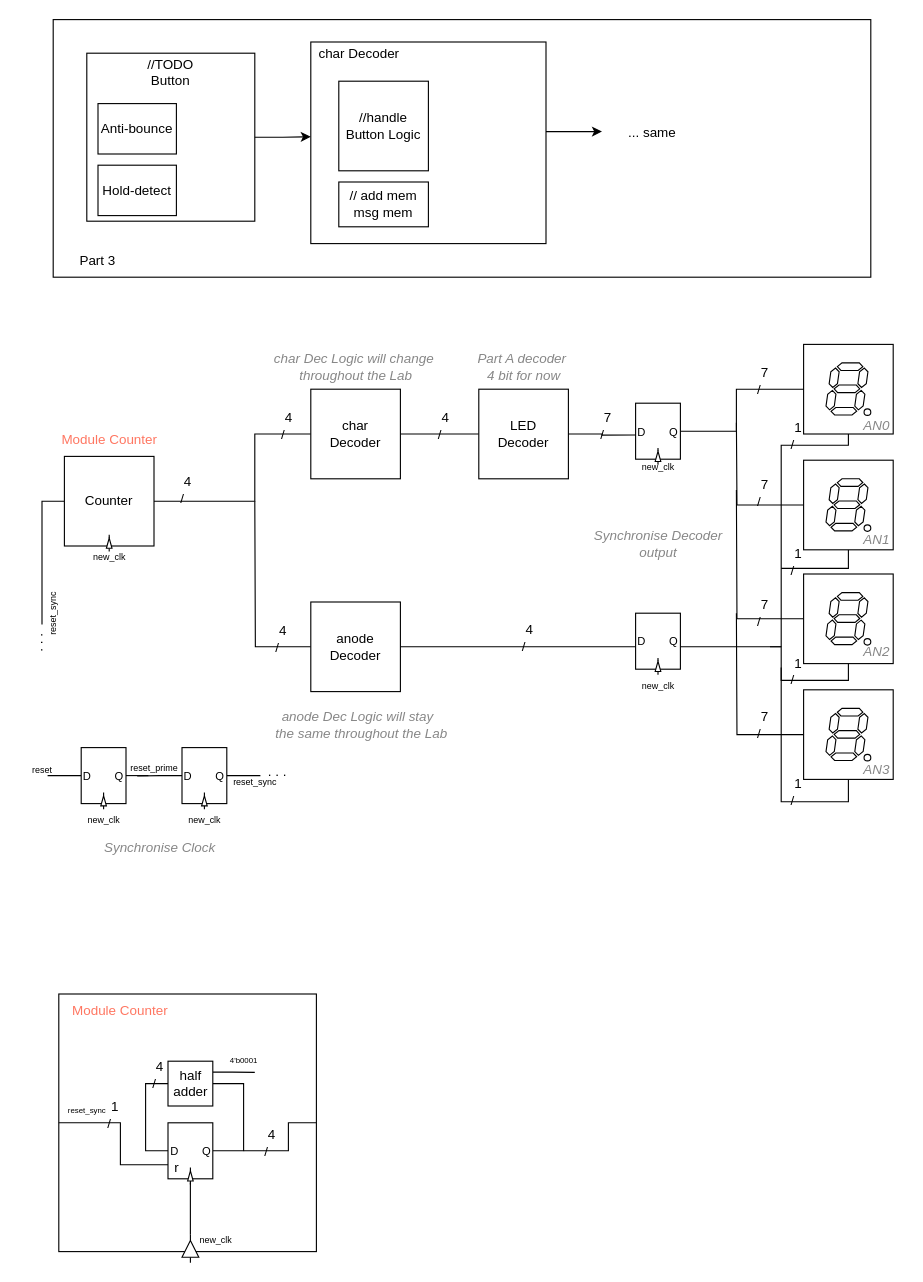
This is Lab1/DataFlow/PART_B.drawio from PANAGIVTHS/Vivado-Projects, a draw.io file, before an edit. Source tidied: cells renumbered, new cells numbered last; positions are measured from the earlier drawing's top-left corner, leaving out a move shared by most shapes. Both pictures are drawn from the tidied source at 112%, with x=0, y=0 at pixel (19, 19).
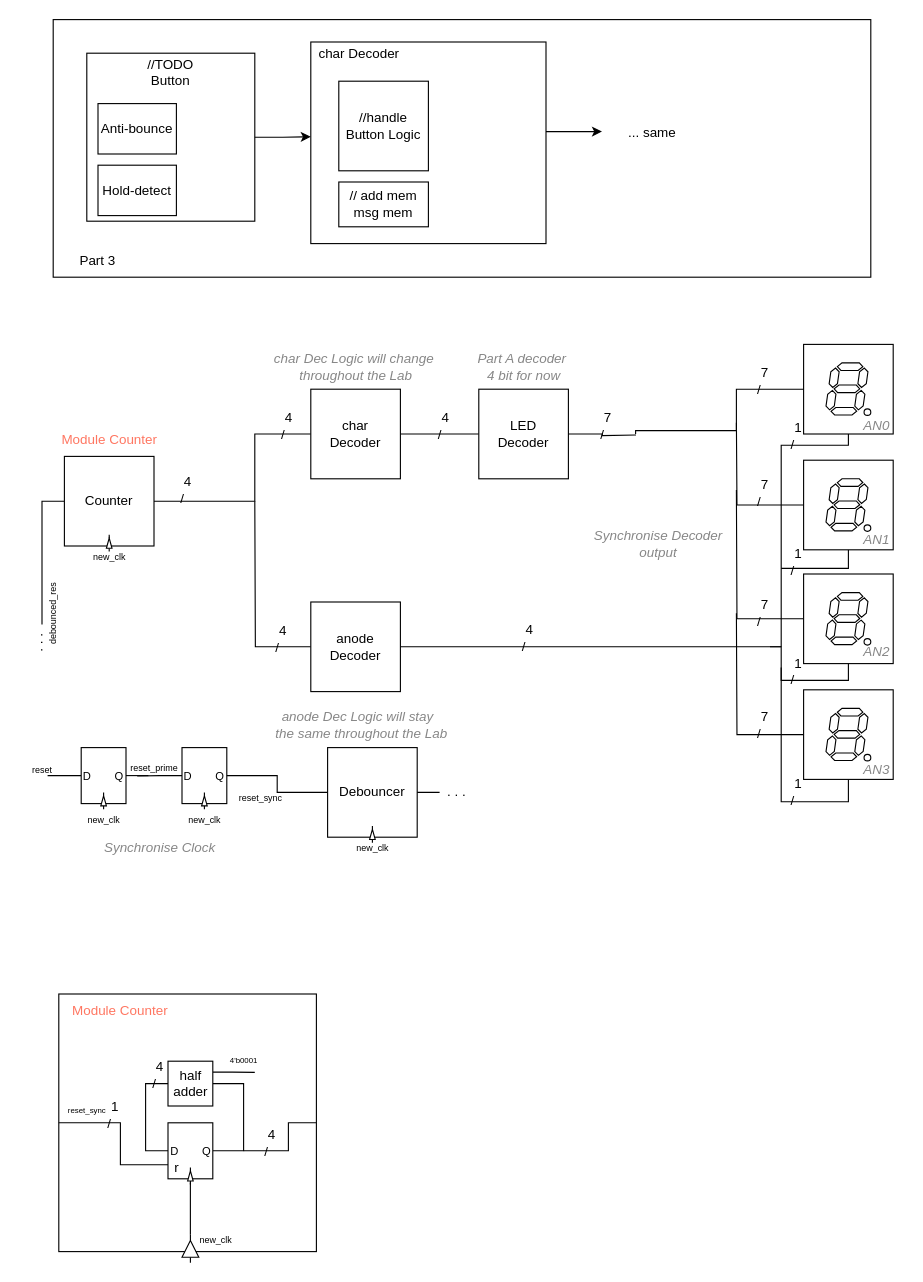
Above is the later version.

Unchanged cells that the change refers to:
```xml
<mxCell id="14" value="LED&lt;br&gt;Decoder" style="rounded=0;whiteSpace=wrap;html=1;" parent="1" vertex="1">
  <mxGeometry x="410" y="330" width="80" height="80" as="geometry" />
</mxCell>
<mxCell id="17" style="whiteSpace=wrap;html=1;" parent="15" vertex="1">
  <mxGeometry width="80" height="80" as="geometry" />
</mxCell>
<mxCell id="78" style="group;" parent="1" vertex="1">
  <mxGeometry x="135" y="650" width="40" height="55" as="geometry" />
</mxCell>
<mxCell id="82" value="&lt;font style=&quot;font-size: 10px;&quot;&gt;D&lt;/font&gt;&lt;font style=&quot;&quot;&gt;&lt;span style=&quot;font-size: 11px;&quot;&gt;&amp;nbsp; &amp;nbsp; &amp;nbsp; &lt;/span&gt;&lt;font style=&quot;font-size: 10px;&quot;&gt;&amp;nbsp;Q&lt;/font&gt;&lt;/font&gt;" style="rounded=0;whiteSpace=wrap;html=1;" parent="81" vertex="1">
  <mxGeometry x="10" width="40" height="50" as="geometry" />
</mxCell>
```

What changed in the source:
```diff
@@
-    <mxCell id="34" style="edgeStyle=orthogonalEdgeStyle;rounded=0;jettySize=auto;html=1;exitX=0;exitY=0.5;exitDx=0;exitDy=0;entryX=1;entryY=0.5;entryDx=0;entryDy=0;endArrow=none;endFill=0;" parent="1" edge="1" source="17" target="37">
+    <mxCell id="34" style="edgeStyle=orthogonalEdgeStyle;rounded=0;jettySize=auto;html=1;exitX=0;exitY=0.5;exitDx=0;exitDy=0;endArrow=none;endFill=0;" parent="1" edge="1" source="17">
       <mxGeometry relative="1" as="geometry">
+        <mxPoint x="550" y="370" as="targetPoint" />
         <Array as="points">
           <mxPoint x="640" y="330" />
           <mxPoint x="640" y="367" />
         </Array>
       </mxGeometry>
     </mxCell>
@@
-    <mxCell id="36" style="group;" parent="1" vertex="1">
-      <mxGeometry x="550" y="342.5" width="40" height="55" as="geometry" />
-    </mxCell>
-    <mxCell id="37" value="&lt;font style=&quot;font-size: 10px;&quot;&gt;D&lt;/font&gt;&lt;font style=&quot;&quot;&gt;&lt;span style=&quot;font-size: 11px;&quot;&gt;&amp;nbsp; &amp;nbsp; &amp;nbsp; &lt;/span&gt;&lt;font style=&quot;font-size: 10px;&quot;&gt;&amp;nbsp;Q&lt;/font&gt;&lt;/font&gt;" style="rounded=0;whiteSpace=wrap;html=1;" parent="36" vertex="1">
-      <mxGeometry width="40" height="50" as="geometry" />
-    </mxCell>
-    <mxCell id="38" style="verticalLabelPosition=bottom;shadow=0;dashed=0;align=center;html=1;verticalAlign=top;shape=mxgraph.electrical.logic_gates.buffer2;direction=north;" parent="36" vertex="1">
-      <mxGeometry x="17.5" y="40" width="5" height="15" as="geometry" />
-    </mxCell>
-    <mxCell id="39" style="edgeStyle=orthogonalEdgeStyle;rounded=0;jettySize=auto;html=1;exitX=1;exitY=0.5;exitDx=0;exitDy=0;entryX=0.009;entryY=0.569;entryDx=0;entryDy=0;entryPerimeter=0;endArrow=none;endFill=0;" parent="1" edge="1" source="14" target="37">
-      <mxGeometry relative="1" as="geometry" />
+    <mxCell id="39" style="edgeStyle=orthogonalEdgeStyle;rounded=0;jettySize=auto;html=1;exitX=1;exitY=0.5;exitDx=0;exitDy=0;entryX=0.009;entryY=0.569;entryDx=0;entryDy=0;entryPerimeter=0;endArrow=none;endFill=0;" parent="1" edge="1" source="14">
+      <mxGeometry relative="1" as="geometry">
+        <mxPoint x="550.4" y="370.9" as="targetPoint" />
+      </mxGeometry>
     </mxCell>
-    <mxCell id="40" value="new_clk" style="text;html=1;align=center;verticalAlign=middle;strokeColor=none;fillColor=none;fontSize=8;" parent="1" vertex="1">
-      <mxGeometry x="545" y="390" width="50" height="20" as="geometry" />
-    </mxCell>
@@
-    <mxCell id="60" style="group;" parent="1" vertex="1">
-      <mxGeometry x="550" y="530" width="40" height="55" as="geometry" />
-    </mxCell>
-    <mxCell id="61" value="&lt;font style=&quot;font-size: 10px;&quot;&gt;D&lt;/font&gt;&lt;font style=&quot;&quot;&gt;&lt;span style=&quot;font-size: 11px;&quot;&gt;&amp;nbsp; &amp;nbsp; &amp;nbsp; &lt;/span&gt;&lt;font style=&quot;font-size: 10px;&quot;&gt;&amp;nbsp;Q&lt;/font&gt;&lt;/font&gt;" style="rounded=0;whiteSpace=wrap;html=1;" parent="60" vertex="1">
-      <mxGeometry width="40" height="50" as="geometry" />
-    </mxCell>
-    <mxCell id="62" style="verticalLabelPosition=bottom;shadow=0;dashed=0;align=center;html=1;verticalAlign=top;shape=mxgraph.electrical.logic_gates.buffer2;direction=north;" parent="60" vertex="1">
-      <mxGeometry x="17.5" y="40" width="5" height="15" as="geometry" />
-    </mxCell>
-    <mxCell id="63" value="new_clk" style="text;html=1;align=center;verticalAlign=middle;strokeColor=none;fillColor=none;fontSize=8;" parent="1" vertex="1">
-      <mxGeometry x="545" y="585" width="50" height="20" as="geometry" />
-    </mxCell>
@@
-    <mxCell id="80" style="edgeStyle=orthogonalEdgeStyle;rounded=0;jettySize=auto;html=1;exitX=1;exitY=0.5;exitDx=0;exitDy=0;endArrow=none;endFill=0;" parent="78" edge="1" source="82">
-      <mxGeometry relative="1" as="geometry">
-        <mxPoint x="80" y="25" as="targetPoint" />
-      </mxGeometry>
-    </mxCell>
@@
     <mxCell id="88" value="reset_sync" style="text;html=1;align=center;verticalAlign=middle;strokeColor=none;fillColor=none;fontSize=8;" parent="1" vertex="1">
-      <mxGeometry x="180" y="671" width="60" height="20" as="geometry" />
+      <mxGeometry x="185" y="685" width="60" height="20" as="geometry" />
     </mxCell>
@@
-    <mxCell id="107" value="reset_sync" style="text;html=1;align=center;verticalAlign=middle;strokeColor=none;fillColor=none;fontSize=8;rotation=-90;" parent="1" vertex="1">
-      <mxGeometry y="521" width="60" height="20" as="geometry" />
+    <mxCell id="107" value="debounced_res" style="text;html=1;align=center;verticalAlign=middle;strokeColor=none;fillColor=none;fontSize=8;rotation=-90;" parent="1" vertex="1">
+      <mxGeometry x="-10" y="521" width="80" height="20" as="geometry" />
     </mxCell>
     <mxCell id="108" value=". . ." style="text;html=1;align=center;verticalAlign=middle;points=[];strokeColor=none;fillColor=none;" parent="1" vertex="1">
-      <mxGeometry x="210" y="657" width="40" height="30" as="geometry" />
+      <mxGeometry x="370" y="675" width="40" height="30" as="geometry" />
     </mxCell>
@@
+    <mxCell id="80" style="edgeStyle=orthogonalEdgeStyle;rounded=0;jettySize=auto;html=1;exitX=1;exitY=0.5;exitDx=0;exitDy=0;endArrow=none;endFill=0;entryX=0;entryY=0.5;entryDx=0;entryDy=0;" parent="1" edge="1" source="82" target="111">
+      <mxGeometry relative="1" as="geometry" />
+    </mxCell>
+    <mxCell id="110" style="edgeStyle=orthogonalEdgeStyle;rounded=0;jettySize=auto;html=1;exitX=1;exitY=0.5;exitDx=0;exitDy=0;endArrow=none;endFill=0;" parent="1" edge="1" source="111" target="108">
+      <mxGeometry relative="1" as="geometry" />
+    </mxCell>
+    <mxCell id="111" value="Debouncer" style="rounded=0;whiteSpace=wrap;html=1;" parent="1" vertex="1">
+      <mxGeometry x="275" y="650" width="80" height="80" as="geometry" />
+    </mxCell>
+    <mxCell id="112" style="verticalLabelPosition=bottom;shadow=0;dashed=0;align=center;html=1;verticalAlign=top;shape=mxgraph.electrical.logic_gates.buffer2;direction=north;" parent="1" vertex="1">
+      <mxGeometry x="312.5" y="720" width="5" height="15" as="geometry" />
+    </mxCell>
+    <mxCell id="113" value="new_clk" style="text;html=1;align=center;verticalAlign=middle;strokeColor=none;fillColor=none;fontSize=8;" parent="1" vertex="1">
+      <mxGeometry x="290" y="730" width="50" height="20" as="geometry" />
+    </mxCell>
```
